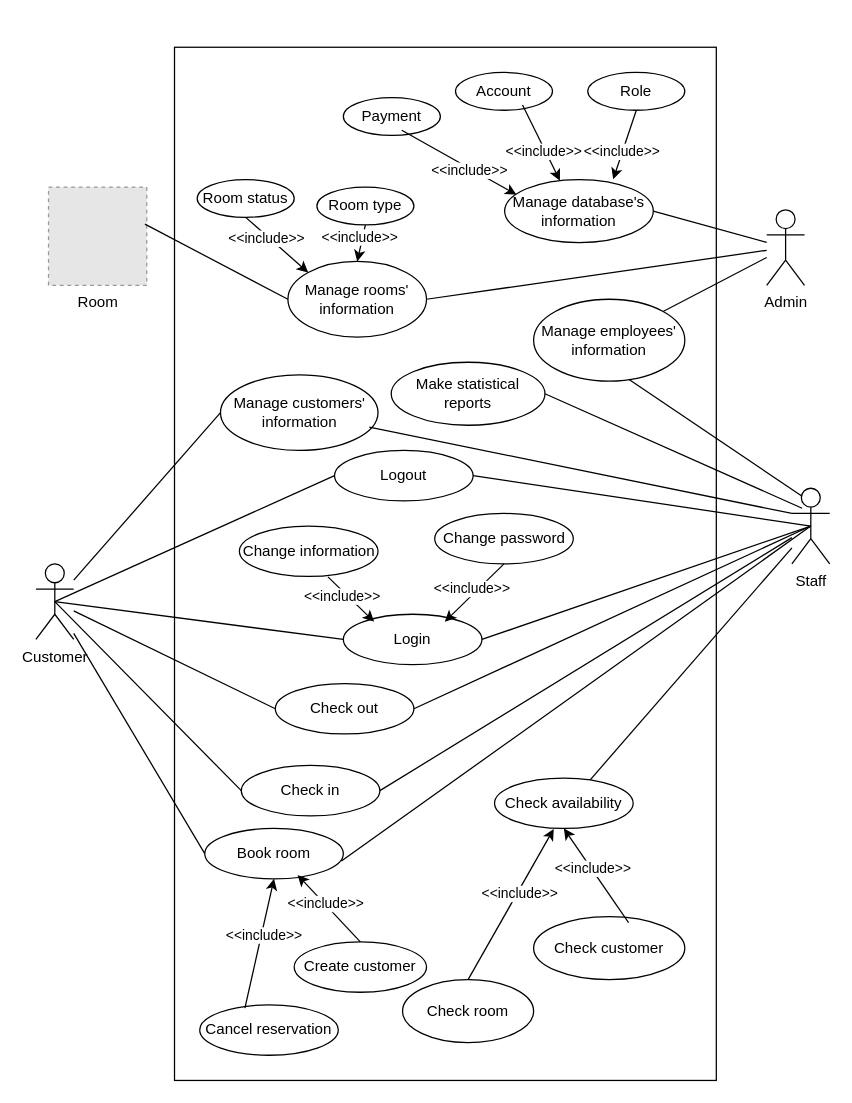
Earlier version of the draw.io diagram page "Use case diagram" (2 of 2) of Resource/hotel_management_system_diagram.drawio (thanhtung0310/Hotel_Management_Project). Source tidied: cells renumbered, new cells numbered last; positions are measured from the earlier drawing's top-left corner, leaving out a move shared by most shapes. Both pictures are drawn from the tidied source at 126%, with x=0, y=0 at pixel (35, 47). Pictures stored in the file or linked from it are replaced by grey dashed boxes.
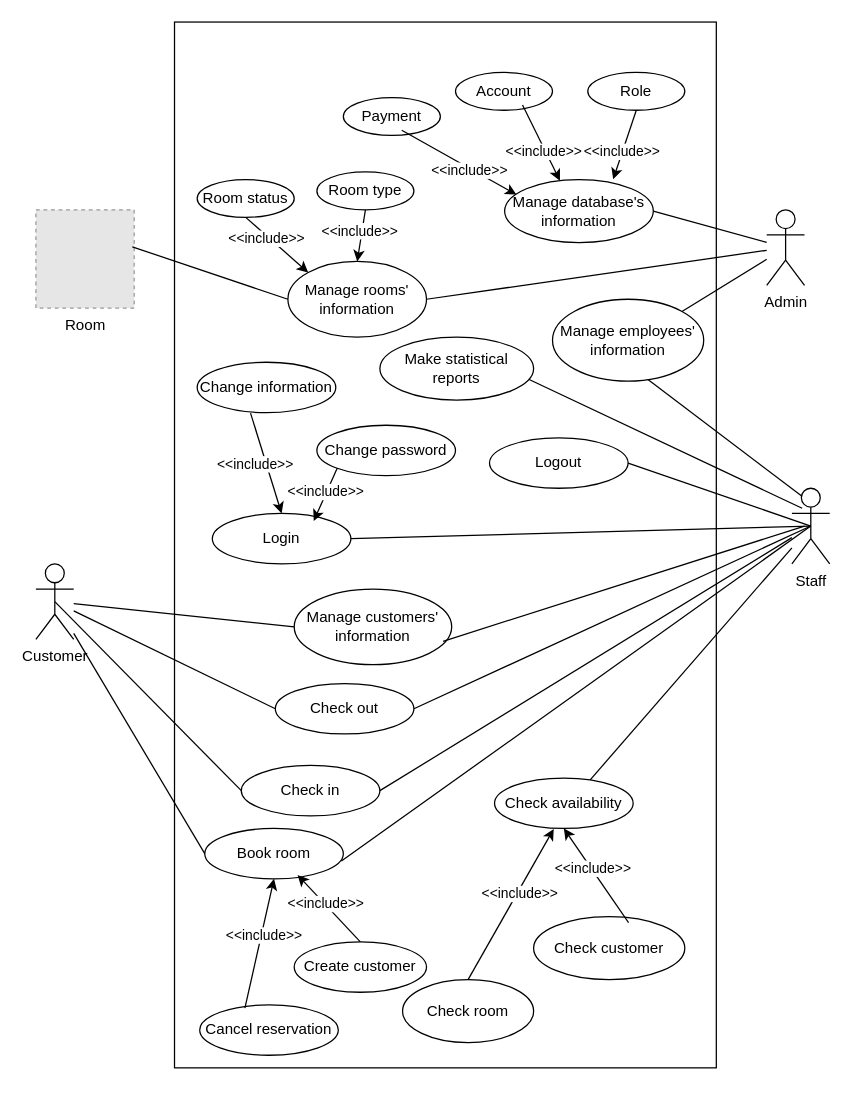
Above is the later version.

The change refers to these unchanged cells:
```xml
<mxCell id="3" value="Customer" style="shape=umlActor;verticalLabelPosition=bottom;verticalAlign=top;html=1;outlineConnect=0;" parent="1" vertex="1">
  <mxGeometry y="410" width="30" height="60" as="geometry" />
</mxCell>
<mxCell id="5" value="Staff" style="shape=umlActor;verticalLabelPosition=bottom;verticalAlign=top;html=1;outlineConnect=0;" parent="1" vertex="1">
  <mxGeometry x="600" y="350" width="30" height="60" as="geometry" />
</mxCell>
```

Change to the diagram source:
```diff
@@
     <mxCell id="2" style="rounded=0;whiteSpace=wrap;html=1;" parent="1" vertex="1">
-      <mxGeometry x="110" width="430" height="820" as="geometry" />
+      <mxGeometry x="110" y="-20" width="430" height="830" as="geometry" />
     </mxCell>
@@
     <mxCell id="20" value="Manage customers' information" style="ellipse;whiteSpace=wrap;html=1;" parent="1" vertex="1">
-      <mxGeometry x="146.5" y="260" width="125" height="60" as="geometry" />
+      <mxGeometry x="205" y="430" width="125" height="60" as="geometry" />
     </mxCell>
     <mxCell id="21" value="Manage employees' information" style="ellipse;whiteSpace=wrap;html=1;" parent="1" vertex="1">
-      <mxGeometry x="395" y="200" width="120" height="65" as="geometry" />
+      <mxGeometry x="410" y="200" width="120" height="65" as="geometry" />
     </mxCell>
@@
     <mxCell id="24" value="Room" style="fillColor=#E6E6E6;strokeColor=#999999;dashed=1;html=1;verticalAlign=top;verticalLabelPosition=bottom;labelBackgroundColor=#ffffff;" parent="1" vertex="1">
-      <mxGeometry x="10" y="111" width="78" height="78" as="geometry" />
+      <mxGeometry y="129" width="78" height="78" as="geometry" />
     </mxCell>
@@
-    <mxCell id="38" style="endArrow=none;html=1;rounded=0;entryX=0;entryY=0.3333333333333333;entryDx=0;entryDy=0;entryPerimeter=0;exitX=0.945;exitY=0.691;exitDx=0;exitDy=0;exitPerimeter=0;" parent="1" edge="1" source="20" target="5">
-      <mxGeometry relative="1" as="geometry" />
+    <mxCell id="38" style="endArrow=none;html=1;rounded=0;exitX=0.945;exitY=0.691;exitDx=0;exitDy=0;exitPerimeter=0;" parent="1" edge="1" source="20">
+      <mxGeometry relative="1" as="geometry">
+        <mxPoint x="610" y="380" as="targetPoint" />
+      </mxGeometry>
     </mxCell>
     <mxCell id="39" value="Make statistical reports" style="ellipse;whiteSpace=wrap;html=1;" parent="1" vertex="1">
-      <mxGeometry x="282" y="250" width="122" height="50" as="geometry" />
+      <mxGeometry x="273" y="230" width="122" height="50" as="geometry" />
     </mxCell>
-    <mxCell id="40" style="endArrow=none;html=1;rounded=0;exitX=1;exitY=0.5;exitDx=0;exitDy=0;entryX=0.271;entryY=0.265;entryDx=0;entryDy=0;entryPerimeter=0;" parent="1" edge="1" source="39" target="5">
+    <mxCell id="40" style="endArrow=none;html=1;rounded=0;exitX=0.971;exitY=0.674;exitDx=0;exitDy=0;entryX=0.271;entryY=0.265;entryDx=0;entryDy=0;entryPerimeter=0;exitPerimeter=0;" parent="1" edge="1" source="39" target="5">
       <mxGeometry relative="1" as="geometry" />
     </mxCell>
@@
     <mxCell id="47" value="Room type" style="ellipse;whiteSpace=wrap;html=1;" parent="1" vertex="1">
-      <mxGeometry x="223" y="111" width="77" height="30" as="geometry" />
+      <mxGeometry x="223" y="99" width="77" height="30" as="geometry" />
     </mxCell>
@@
     <mxCell id="58" value="Login" style="ellipse;whiteSpace=wrap;html=1;" parent="1" vertex="1">
-      <mxGeometry x="244" y="450" width="110" height="40" as="geometry" />
+      <mxGeometry x="140" y="370" width="110" height="40" as="geometry" />
     </mxCell>
-    <mxCell id="59" style="endArrow=none;html=1;rounded=0;entryX=0;entryY=0.5;entryDx=0;entryDy=0;exitX=0.5;exitY=0.5;exitDx=0;exitDy=0;exitPerimeter=0;" parent="1" edge="1" source="3" target="58">
-      <mxGeometry relative="1" as="geometry" />
-    </mxCell>
@@
     <mxCell id="61" value="Logout" style="ellipse;whiteSpace=wrap;html=1;" parent="1" vertex="1">
-      <mxGeometry x="237" y="320" width="110" height="40" as="geometry" />
+      <mxGeometry x="360" y="310" width="110" height="40" as="geometry" />
     </mxCell>
-    <mxCell id="62" style="endArrow=none;html=1;rounded=0;entryX=0;entryY=0.5;entryDx=0;entryDy=0;exitX=0.5;exitY=0.5;exitDx=0;exitDy=0;exitPerimeter=0;" parent="1" edge="1" source="3" target="61">
-      <mxGeometry relative="1" as="geometry" />
-    </mxCell>
@@
     <mxCell id="64" value="Change information" style="ellipse;whiteSpace=wrap;html=1;" parent="1" vertex="1">
-      <mxGeometry x="161.5" y="380" width="110" height="40" as="geometry" />
+      <mxGeometry x="128" y="250" width="110" height="40" as="geometry" />
     </mxCell>
-    <mxCell id="65" style="endArrow=classic;html=1;rounded=0;exitX=0.639;exitY=1.009;exitDx=0;exitDy=0;exitPerimeter=0;entryX=0.222;entryY=0.148;entryDx=0;entryDy=0;entryPerimeter=0;" parent="1" edge="1" source="64" target="58">
+    <mxCell id="65" style="endArrow=classic;html=1;rounded=0;exitX=0.385;exitY=1.009;exitDx=0;exitDy=0;exitPerimeter=0;entryX=0.5;entryY=0;entryDx=0;entryDy=0;" parent="1" edge="1" source="64" target="58">
       <mxGeometry relative="1" as="geometry" />
     </mxCell>
@@
     <mxCell id="67" value="Change password" style="ellipse;whiteSpace=wrap;html=1;" parent="1" vertex="1">
-      <mxGeometry x="316.5" y="370" width="110" height="40" as="geometry" />
+      <mxGeometry x="223" y="300" width="110" height="40" as="geometry" />
     </mxCell>
-    <mxCell id="68" style="endArrow=classic;html=1;rounded=0;exitX=0.5;exitY=1;exitDx=0;exitDy=0;entryX=0.732;entryY=0.148;entryDx=0;entryDy=0;entryPerimeter=0;" parent="1" edge="1" source="67" target="58">
+    <mxCell id="68" style="endArrow=classic;html=1;rounded=0;exitX=0;exitY=1;exitDx=0;exitDy=0;entryX=0.732;entryY=0.148;entryDx=0;entryDy=0;entryPerimeter=0;" parent="1" edge="1" source="67" target="58">
       <mxGeometry relative="1" as="geometry" />
     </mxCell>
```
